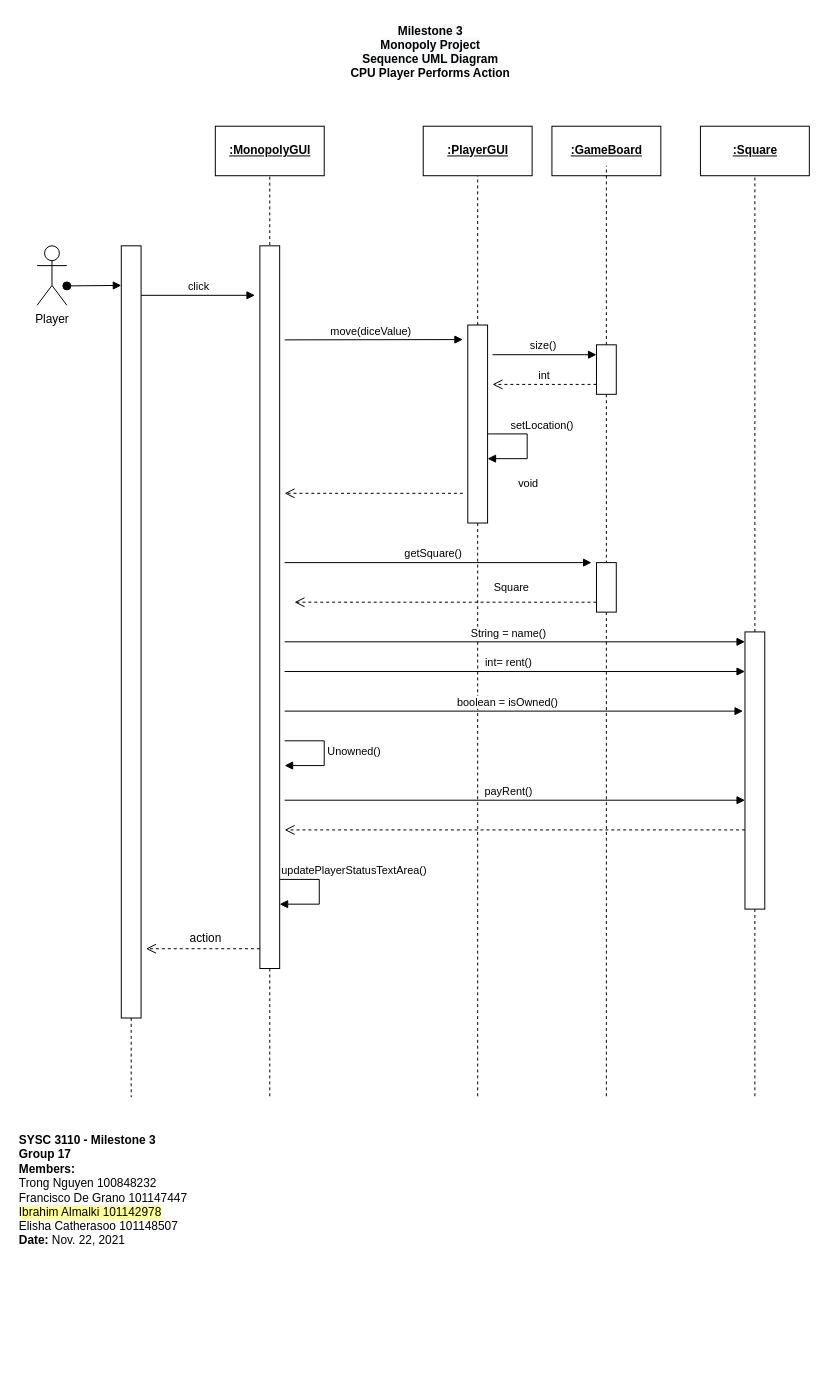
Above: page "SequenceUML_3" (4 of 5) of M3_ClassUML.drawio in trong0dn/monopoly (draw.io), before the change. Source tidied: cells renumbered, new cells numbered last; positions are measured from the earlier drawing's top-left corner, leaving out a move shared by most shapes. Both pictures are drawn from the tidied source at 99%, with x=0, y=0 at pixel (17, 17).
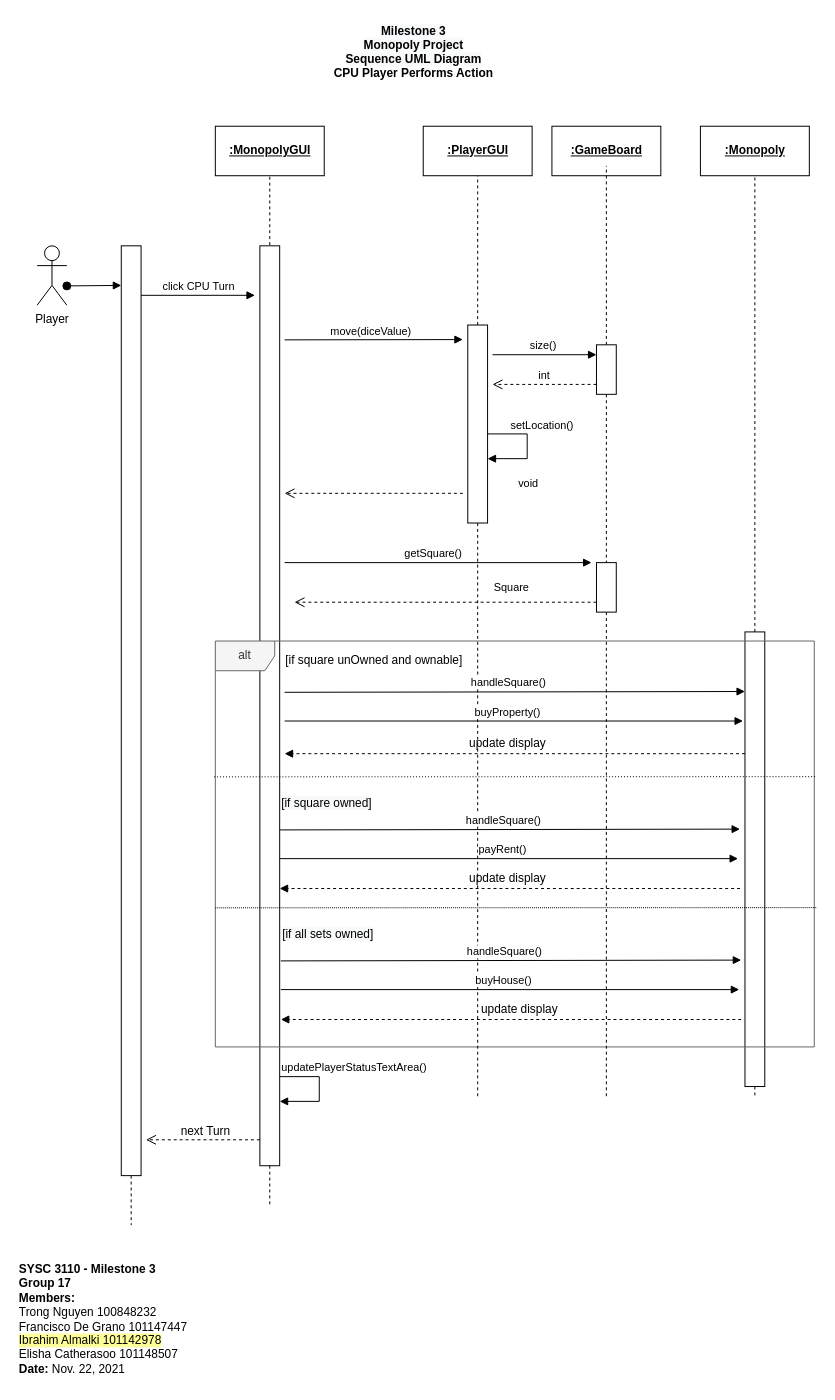
After the change.

Commit message:
M3_ClassUML.drawio eebro sequence diagram

Unchanged cells that the change refers to:
```xml
<mxCell id="6" value="&lt;b&gt;&lt;u&gt;:MonopolyGUI&lt;/u&gt;&lt;/b&gt;" style="html=1;align=center;" parent="1" vertex="1">
  <mxGeometry x="200" y="110" width="110" height="50" as="geometry" />
</mxCell>
<mxCell id="11" style="rounded=0;whiteSpace=wrap;html=1;align=left;" parent="1" vertex="1">
  <mxGeometry x="455" y="310.8" width="20" height="200" as="geometry" />
</mxCell>
<mxCell id="15" style="rounded=0;whiteSpace=wrap;html=1;align=left;" parent="1" vertex="1">
  <mxGeometry x="585" y="330.8" width="20" height="50" as="geometry" />
</mxCell>
<mxCell id="28" style="rounded=0;whiteSpace=wrap;html=1;align=left;" parent="1" vertex="1">
  <mxGeometry x="585" y="550.8" width="20" height="50" as="geometry" />
</mxCell>
```

The edit, as a diff of the source:
```diff
@@
+    <mxCell id="45" style="rounded=0;whiteSpace=wrap;html=1;align=left;" parent="1" vertex="1">
+      <mxGeometry x="735" y="620.8" width="20" height="459.2" as="geometry" />
+    </mxCell>
+    <mxCell id="46" style="rounded=0;whiteSpace=wrap;html=1;align=left;" parent="1" vertex="1">
+      <mxGeometry x="245" y="230.8" width="20" height="929.2" as="geometry" />
+    </mxCell>
+    <mxCell id="47" value="alt" style="shape=umlFrame;whiteSpace=wrap;html=1;fillColor=#f5f5f5;fontColor=#333333;strokeColor=#666666;" parent="1" vertex="1">
+      <mxGeometry x="200" y="630" width="605" height="410" as="geometry" />
+    </mxCell>
     <mxCell id="2" value="&lt;b&gt;SYSC 3110 - Milestone 3&lt;/b&gt;&lt;br&gt;&lt;b&gt;Group 17&lt;/b&gt;&lt;br&gt;&lt;b&gt;Members:&lt;/b&gt;&lt;br&gt;Trong Nguyen 100848232 &lt;br&gt;Francisco De Grano 101147447 &lt;br&gt;&lt;span style=&quot;background-color: rgb(255 , 255 , 153)&quot;&gt;Ibrahim Almalki 101142978 &lt;br&gt;&lt;/span&gt;Elisha Catherasoo 101148507&lt;br&gt;&lt;b&gt;Date: &lt;/b&gt;Nov. 22, 2021" style="text;html=1;strokeColor=none;fillColor=none;align=left;verticalAlign=middle;whiteSpace=wrap;rounded=0;" parent="1" vertex="1">
-      <mxGeometry y="1120" width="200" height="130" as="geometry" />
+      <mxGeometry y="1250" width="200" height="130" as="geometry" />
     </mxCell>
     <mxCell id="3" value="&lt;span style=&quot;text-indent: 0px ; background-color: rgb(248 , 249 , 250)&quot;&gt;&lt;b style=&quot;color: rgb(0 , 0 , 0) ; font-family: &amp;#34;helvetica&amp;#34; ; font-size: 12px ; font-style: normal ; letter-spacing: normal ; text-transform: none ; word-spacing: 0px&quot;&gt;Milestone 3&lt;/b&gt;&lt;br&gt;&lt;b style=&quot;color: rgb(0 , 0 , 0) ; font-family: &amp;#34;helvetica&amp;#34; ; font-size: 12px ; font-style: normal ; letter-spacing: normal ; text-transform: none ; word-spacing: 0px&quot;&gt;Monopoly Project&lt;/b&gt;&lt;br&gt;&lt;b style=&quot;color: rgb(0 , 0 , 0) ; font-family: &amp;#34;helvetica&amp;#34; ; font-size: 12px ; font-style: normal ; letter-spacing: normal ; text-transform: none ; word-spacing: 0px&quot;&gt;Sequence UML Diagram&lt;/b&gt;&lt;br&gt;&lt;div&gt;&lt;font face=&quot;helvetica&quot;&gt;&lt;b&gt;CPU Player Performs Action&lt;/b&gt;&lt;/font&gt;&lt;br&gt;&lt;/div&gt;&lt;/span&gt;" style="text;whiteSpace=wrap;html=1;align=center;" parent="1" vertex="1">
-      <mxGeometry x="330" width="175" height="70" as="geometry" />
+      <mxGeometry x="313" width="175" height="70" as="geometry" />
     </mxCell>
@@
-    <mxCell id="5" value="click" style="html=1;verticalAlign=bottom;endArrow=block;rounded=0;" parent="1" edge="1">
-      <mxGeometry relative="1" as="geometry">
-        <mxPoint x="125" y="280.8" as="sourcePoint" />
-        <mxPoint x="240" y="280.8" as="targetPoint" />
-      </mxGeometry>
-    </mxCell>
+    <mxCell id="48" value="click CPU Turn" style="html=1;verticalAlign=bottom;endArrow=block;rounded=0;" parent="1" edge="1">
+      <mxGeometry relative="1" as="geometry">
+        <mxPoint x="125" y="280.8" as="sourcePoint" />
+        <mxPoint x="240" y="280.8" as="targetPoint" />
+      </mxGeometry>
+    </mxCell>
@@
-    <mxCell id="7" style="endArrow=none;dashed=1;html=1;rounded=0;" parent="1" edge="1" target="6">
-      <mxGeometry relative="1" as="geometry">
-        <mxPoint x="255" y="230" as="sourcePoint" />
-      </mxGeometry>
-    </mxCell>
-    <mxCell id="8" style="rounded=0;whiteSpace=wrap;html=1;align=left;" parent="1" vertex="1">
-      <mxGeometry x="245" y="230.8" width="20" height="730" as="geometry" />
-    </mxCell>
+    <mxCell id="49" style="endArrow=none;dashed=1;html=1;rounded=0;" parent="1" edge="1" target="6">
+      <mxGeometry relative="1" as="geometry">
+        <mxPoint x="255" y="230" as="sourcePoint" />
+      </mxGeometry>
+    </mxCell>
@@
-    <mxCell id="14" style="endArrow=none;dashed=1;html=1;rounded=0;" parent="1" edge="1" source="15">
-      <mxGeometry relative="1" as="geometry">
-        <mxPoint x="595" y="150" as="targetPoint" />
-      </mxGeometry>
-    </mxCell>
+    <mxCell id="50" style="endArrow=none;dashed=1;html=1;rounded=0;" parent="1" edge="1" source="15">
+      <mxGeometry relative="1" as="geometry">
+        <mxPoint x="595" y="150" as="targetPoint" />
+      </mxGeometry>
+    </mxCell>
@@
-    <mxCell id="19" style="html=1;verticalAlign=bottom;endArrow=open;dashed=1;endSize=8;rounded=0;" parent="1" edge="1">
-      <mxGeometry relative="1" as="geometry">
-        <mxPoint x="450" y="480.8" as="sourcePoint" />
-        <mxPoint x="270" y="480.8" as="targetPoint" />
-      </mxGeometry>
-    </mxCell>
+    <mxCell id="51" style="html=1;verticalAlign=bottom;endArrow=open;dashed=1;endSize=8;rounded=0;" parent="1" edge="1">
+      <mxGeometry relative="1" as="geometry">
+        <mxPoint x="450" y="480.8" as="sourcePoint" />
+        <mxPoint x="270" y="480.8" as="targetPoint" />
+      </mxGeometry>
+    </mxCell>
-    <mxCell id="20" value="void" style="edgeLabel;html=1;align=center;verticalAlign=middle;" parent="19" vertex="1">
+    <mxCell id="20" value="void" style="edgeLabel;html=1;align=center;verticalAlign=middle;" parent="51" vertex="1">
       <mxGeometry x="-0.06" y="-3" relative="1" as="geometry">
         <mxPoint x="150" y="-7" as="offset" />
       </mxGeometry>
     </mxCell>
     <mxCell id="21" value="updatePlayerStatusTextArea()" style="html=1;verticalAlign=bottom;endArrow=block;rounded=0;" parent="1" edge="1">
       <mxGeometry x="-0.24" y="35" relative="1" as="geometry">
-        <mxPoint x="265" y="870.8" as="sourcePoint" />
-        <mxPoint x="265" y="895.8" as="targetPoint" />
+        <mxPoint x="265" y="1070" as="sourcePoint" />
+        <mxPoint x="265" y="1095" as="targetPoint" />
         <Array as="points">
-          <mxPoint x="305" y="870.8" />
-          <mxPoint x="305" y="895.8" />
+          <mxPoint x="305" y="1070" />
+          <mxPoint x="305" y="1095" />
         </Array>
       </mxGeometry>
     </mxCell>
-    <mxCell id="22" style="endArrow=none;dashed=1;html=1;rounded=0;" parent="1" edge="1" source="11">
-      <mxGeometry relative="1" as="geometry">
-        <mxPoint x="465" y="1090.8" as="targetPoint" />
-      </mxGeometry>
-    </mxCell>
-    <mxCell id="23" style="endArrow=none;dashed=1;html=1;rounded=0;" parent="1" edge="1" source="8">
-      <mxGeometry relative="1" as="geometry">
-        <mxPoint x="255" y="1090.8" as="targetPoint" />
-      </mxGeometry>
-    </mxCell>
-    <mxCell id="24" value="&lt;b&gt;&lt;u&gt;:Square&lt;/u&gt;&lt;/b&gt;" style="html=1;align=center;" parent="1" vertex="1">
-      <mxGeometry x="690" y="110" width="110" height="50" as="geometry" />
-    </mxCell>
-    <mxCell id="25" style="endArrow=none;dashed=1;html=1;rounded=0;" parent="1" edge="1" source="26" target="24">
-      <mxGeometry relative="1" as="geometry" />
-    </mxCell>
-    <mxCell id="26" style="rounded=0;whiteSpace=wrap;html=1;align=left;" parent="1" vertex="1">
-      <mxGeometry x="735" y="620.8" width="20" height="280" as="geometry" />
-    </mxCell>
-    <mxCell id="27" style="endArrow=none;dashed=1;html=1;rounded=0;" parent="1" edge="1" source="26">
-      <mxGeometry relative="1" as="geometry">
-        <mxPoint x="745" y="1090.8" as="targetPoint" />
-      </mxGeometry>
-    </mxCell>
+    <mxCell id="52" style="endArrow=none;dashed=1;html=1;rounded=0;" parent="1" edge="1" source="11">
+      <mxGeometry relative="1" as="geometry">
+        <mxPoint x="465" y="1090.8" as="targetPoint" />
+      </mxGeometry>
+    </mxCell>
+    <mxCell id="53" style="endArrow=none;dashed=1;html=1;rounded=0;" parent="1" edge="1" source="46">
+      <mxGeometry relative="1" as="geometry">
+        <mxPoint x="255" y="1200" as="targetPoint" />
+      </mxGeometry>
+    </mxCell>
+    <mxCell id="54" value="&lt;b&gt;&lt;u&gt;:Monopoly&lt;/u&gt;&lt;/b&gt;" style="html=1;align=center;" parent="1" vertex="1">
+      <mxGeometry x="690" y="110" width="110" height="50" as="geometry" />
+    </mxCell>
+    <mxCell id="55" style="endArrow=none;dashed=1;html=1;rounded=0;" parent="1" edge="1" source="45" target="54">
+      <mxGeometry relative="1" as="geometry" />
+    </mxCell>
+    <mxCell id="56" style="endArrow=none;dashed=1;html=1;rounded=0;" parent="1" edge="1" source="45">
+      <mxGeometry relative="1" as="geometry">
+        <mxPoint x="745" y="1090.8" as="targetPoint" />
+      </mxGeometry>
+    </mxCell>
@@
-    <mxCell id="30" style="endArrow=none;dashed=1;html=1;rounded=0;" parent="1" edge="1" source="28">
-      <mxGeometry relative="1" as="geometry">
-        <mxPoint x="595" y="1090.8" as="targetPoint" />
-      </mxGeometry>
-    </mxCell>
-    <mxCell id="31" style="html=1;verticalAlign=bottom;endArrow=open;dashed=1;endSize=8;rounded=0;" parent="1" edge="1">
-      <mxGeometry relative="1" as="geometry">
-        <mxPoint x="585" y="590.8" as="sourcePoint" />
-        <mxPoint x="280" y="590.8" as="targetPoint" />
-      </mxGeometry>
-    </mxCell>
+    <mxCell id="57" style="endArrow=none;dashed=1;html=1;rounded=0;" parent="1" edge="1" source="28">
+      <mxGeometry relative="1" as="geometry">
+        <mxPoint x="595" y="1090.8" as="targetPoint" />
+      </mxGeometry>
+    </mxCell>
+    <mxCell id="58" style="html=1;verticalAlign=bottom;endArrow=open;dashed=1;endSize=8;rounded=0;" parent="1" edge="1">
+      <mxGeometry relative="1" as="geometry">
+        <mxPoint x="585" y="590.8" as="sourcePoint" />
+        <mxPoint x="280" y="590.8" as="targetPoint" />
+      </mxGeometry>
+    </mxCell>
-    <mxCell id="32" value="Square" style="edgeLabel;html=1;align=center;verticalAlign=middle;" parent="31" vertex="1">
+    <mxCell id="32" value="Square" style="edgeLabel;html=1;align=center;verticalAlign=middle;" parent="58" vertex="1">
       <mxGeometry x="-0.06" y="-3" relative="1" as="geometry">
         <mxPoint x="56" y="-12" as="offset" />
       </mxGeometry>
     </mxCell>
-    <mxCell id="33" value="String = name()" style="html=1;verticalAlign=bottom;endArrow=block;rounded=0;" parent="1" edge="1">
-      <mxGeometry x="-0.03" relative="1" as="geometry">
-        <mxPoint x="270" y="630.8" as="sourcePoint" />
-        <mxPoint x="735" y="630.8" as="targetPoint" />
-      </mxGeometry>
-    </mxCell>
-    <mxCell id="34" value="int= rent()" style="html=1;verticalAlign=bottom;endArrow=block;rounded=0;" parent="1" edge="1">
-      <mxGeometry x="-0.03" relative="1" as="geometry">
-        <mxPoint x="270" y="660.8" as="sourcePoint" />
-        <mxPoint x="735" y="660.8" as="targetPoint" />
-      </mxGeometry>
-    </mxCell>
-    <mxCell id="35" value="boolean = isOwned()" style="html=1;verticalAlign=bottom;endArrow=block;rounded=0;" parent="1" edge="1">
-      <mxGeometry x="-0.03" relative="1" as="geometry">
-        <mxPoint x="270" y="700.8" as="sourcePoint" />
-        <mxPoint x="733" y="700.8" as="targetPoint" />
-      </mxGeometry>
-    </mxCell>
-    <mxCell id="36" style="rounded=0;whiteSpace=wrap;html=1;align=left;" parent="1" vertex="1">
-      <mxGeometry x="105" y="230.8" width="20" height="780" as="geometry" />
-    </mxCell>
-    <mxCell id="37" style="endArrow=none;dashed=1;html=1;rounded=0;" parent="1" edge="1" source="36">
-      <mxGeometry relative="1" as="geometry">
-        <mxPoint x="115" y="1090.8" as="targetPoint" />
-      </mxGeometry>
-    </mxCell>
+    <mxCell id="59" value="handleSquare()" style="html=1;verticalAlign=bottom;endArrow=block;rounded=0;" parent="1" edge="1">
+      <mxGeometry x="-0.03" relative="1" as="geometry">
+        <mxPoint x="270" y="681.8" as="sourcePoint" />
+        <mxPoint x="735" y="681" as="targetPoint" />
+      </mxGeometry>
+    </mxCell>
+    <mxCell id="60" style="html=1;verticalAlign=bottom;endArrow=block;rounded=0;dashed=1;" parent="1" edge="1">
+      <mxGeometry x="-0.03" relative="1" as="geometry">
+        <mxPoint x="735" y="743.8" as="sourcePoint" />
+        <mxPoint x="270" y="743.8" as="targetPoint" />
+      </mxGeometry>
+    </mxCell>
+    <mxCell id="61" value="buyProperty()" style="html=1;verticalAlign=bottom;endArrow=block;rounded=0;" parent="1" edge="1">
+      <mxGeometry x="-0.03" relative="1" as="geometry">
+        <mxPoint x="270" y="710.8" as="sourcePoint" />
+        <mxPoint x="733" y="710.8" as="targetPoint" />
+      </mxGeometry>
+    </mxCell>
+    <mxCell id="62" style="rounded=0;whiteSpace=wrap;html=1;align=left;" parent="1" vertex="1">
+      <mxGeometry x="105" y="230.8" width="20" height="939.2" as="geometry" />
+    </mxCell>
+    <mxCell id="63" style="endArrow=none;dashed=1;html=1;rounded=0;" parent="1" edge="1" source="62">
+      <mxGeometry relative="1" as="geometry">
+        <mxPoint x="115" y="1220" as="targetPoint" />
+      </mxGeometry>
+    </mxCell>
@@
-    <mxCell id="39" style="html=1;verticalAlign=bottom;endArrow=open;dashed=1;endSize=8;rounded=0;" parent="1" edge="1">
-      <mxGeometry relative="1" as="geometry">
-        <mxPoint x="245" y="940.8" as="sourcePoint" />
-        <mxPoint x="130" y="940.8" as="targetPoint" />
-      </mxGeometry>
-    </mxCell>
-    <mxCell id="40" value="action" style="text;html=1;align=center;verticalAlign=middle;strokeColor=none;fillColor=none;" parent="1" vertex="1">
-      <mxGeometry x="165" y="920.8" width="50" height="20" as="geometry" />
-    </mxCell>
+    <mxCell id="64" style="html=1;verticalAlign=bottom;endArrow=open;dashed=1;endSize=8;rounded=0;" parent="1" edge="1">
+      <mxGeometry relative="1" as="geometry">
+        <mxPoint x="245" y="1133.8" as="sourcePoint" />
+        <mxPoint x="130" y="1133.8" as="targetPoint" />
+      </mxGeometry>
+    </mxCell>
+    <mxCell id="65" value="next Turn" style="text;html=1;align=center;verticalAlign=middle;strokeColor=none;fillColor=none;" parent="1" vertex="1">
+      <mxGeometry x="155" y="1115.3" width="70" height="20" as="geometry" />
+    </mxCell>
+    <mxCell id="66" style="html=1;verticalAlign=bottom;startArrow=oval;startFill=1;endArrow=block;startSize=8;rounded=0;" parent="1" edge="1">
+      <mxGeometry relative="1" as="geometry">
+        <mxPoint x="50" y="271.3" as="sourcePoint" />
+        <mxPoint x="105" y="270.8" as="targetPoint" />
+      </mxGeometry>
+    </mxCell>
+    <mxCell id="67" style="endArrow=none;html=1;rounded=0;exitX=-0.002;exitY=0.556;exitDx=0;exitDy=0;exitPerimeter=0;entryX=1.002;entryY=0.555;entryDx=0;entryDy=0;entryPerimeter=0;dashed=1;dashPattern=1 2;" parent="1" edge="1">
+      <mxGeometry relative="1" as="geometry">
+        <mxPoint x="198.8" y="767.2" as="sourcePoint" />
+        <mxPoint x="806.2" y="767" as="targetPoint" />
+      </mxGeometry>
+    </mxCell>
+    <mxCell id="68" value="[if square unOwned and ownable]" style="text;html=1;align=center;verticalAlign=middle;strokeColor=none;fillColor=none;" parent="1" vertex="1">
+      <mxGeometry x="265" y="640" width="190" height="20" as="geometry" />
+    </mxCell>
+    <mxCell id="69" value="update display" style="text;html=1;align=center;verticalAlign=middle;strokeColor=none;fillColor=none;" parent="1" vertex="1">
+      <mxGeometry x="450" y="724" width="90" height="20" as="geometry" />
+    </mxCell>
+    <mxCell id="70" value="&lt;span style=&quot;color: rgb(0 , 0 , 0) ; font-family: &amp;#34;helvetica&amp;#34; ; font-size: 12px ; font-style: normal ; font-weight: 400 ; letter-spacing: normal ; text-align: center ; text-indent: 0px ; text-transform: none ; word-spacing: 0px ; background-color: rgb(248 , 249 , 250) ; display: inline ; float: none&quot;&gt;[if square owned]&lt;/span&gt;" style="text;whiteSpace=wrap;html=1;" parent="1" vertex="1">
+      <mxGeometry x="265" y="780" width="200" height="30" as="geometry" />
+    </mxCell>
+    <mxCell id="71" value="handleSquare()" style="html=1;verticalAlign=bottom;endArrow=block;rounded=0;" parent="1" edge="1">
+      <mxGeometry x="-0.03" relative="1" as="geometry">
+        <mxPoint x="265" y="820.8" as="sourcePoint" />
+        <mxPoint x="730" y="820" as="targetPoint" />
+      </mxGeometry>
+    </mxCell>
+    <mxCell id="72" style="html=1;verticalAlign=bottom;endArrow=block;rounded=0;dashed=1;" parent="1" edge="1">
+      <mxGeometry x="-0.03" relative="1" as="geometry">
+        <mxPoint x="730" y="880" as="sourcePoint" />
+        <mxPoint x="265" y="880" as="targetPoint" />
+      </mxGeometry>
+    </mxCell>
     <mxCell id="41" value="payRent()" style="html=1;verticalAlign=bottom;endArrow=block;rounded=0;" parent="1" edge="1">
       <mxGeometry x="-0.03" relative="1" as="geometry">
-        <mxPoint x="270" y="790.8" as="sourcePoint" />
-        <mxPoint x="735" y="790.8" as="targetPoint" />
+        <mxPoint x="265" y="849.8" as="sourcePoint" />
+        <mxPoint x="728" y="849.8" as="targetPoint" />
       </mxGeometry>
     </mxCell>
-    <mxCell id="42" style="html=1;verticalAlign=bottom;endArrow=open;dashed=1;endSize=8;rounded=0;" parent="1" edge="1">
-      <mxGeometry relative="1" as="geometry">
-        <mxPoint x="735" y="820.8" as="sourcePoint" />
-        <mxPoint x="270" y="820.8" as="targetPoint" />
-      </mxGeometry>
-    </mxCell>
-    <mxCell id="43" value="Unowned()" style="html=1;verticalAlign=bottom;endArrow=block;rounded=0;" parent="1" edge="1">
-      <mxGeometry x="0.14" y="30" relative="1" as="geometry">
-        <mxPoint x="270" y="730.8" as="sourcePoint" />
-        <mxPoint x="270" y="755.8" as="targetPoint" />
-        <Array as="points">
-          <mxPoint x="310" y="730.8" />
-          <mxPoint x="310" y="755.8" />
-        </Array>
-      </mxGeometry>
-    </mxCell>
-    <mxCell id="44" style="html=1;verticalAlign=bottom;startArrow=oval;startFill=1;endArrow=block;startSize=8;rounded=0;" parent="1" edge="1">
-      <mxGeometry relative="1" as="geometry">
-        <mxPoint x="50" y="271.3" as="sourcePoint" />
-        <mxPoint x="105" y="270.8" as="targetPoint" />
-      </mxGeometry>
-    </mxCell>
+    <mxCell id="73" value="update display" style="text;html=1;align=center;verticalAlign=middle;strokeColor=none;fillColor=none;" parent="1" vertex="1">
+      <mxGeometry x="450" y="860" width="90" height="20" as="geometry" />
+    </mxCell>
+    <mxCell id="74" style="endArrow=none;html=1;rounded=0;exitX=-0.002;exitY=0.556;exitDx=0;exitDy=0;exitPerimeter=0;entryX=1.002;entryY=0.555;entryDx=0;entryDy=0;entryPerimeter=0;dashed=1;dashPattern=1 1;" parent="1" edge="1">
+      <mxGeometry relative="1" as="geometry">
+        <mxPoint x="200" y="899.5" as="sourcePoint" />
+        <mxPoint x="807.4" y="899.3" as="targetPoint" />
+      </mxGeometry>
+    </mxCell>
+    <mxCell id="75" value="&lt;span style=&quot;color: rgb(0 , 0 , 0) ; font-family: &amp;#34;helvetica&amp;#34; ; font-size: 12px ; font-style: normal ; font-weight: 400 ; letter-spacing: normal ; text-align: center ; text-indent: 0px ; text-transform: none ; word-spacing: 0px ; background-color: rgb(248 , 249 , 250) ; display: inline ; float: none&quot;&gt;[if all sets owned]&lt;/span&gt;" style="text;whiteSpace=wrap;html=1;" parent="1" vertex="1">
+      <mxGeometry x="266.2" y="912.3" width="128.8" height="30" as="geometry" />
+    </mxCell>
+    <mxCell id="76" value="handleSquare()" style="html=1;verticalAlign=bottom;endArrow=block;rounded=0;" parent="1" edge="1">
+      <mxGeometry x="-0.03" relative="1" as="geometry">
+        <mxPoint x="266.2" y="953.1" as="sourcePoint" />
+        <mxPoint x="731.2" y="952.3" as="targetPoint" />
+      </mxGeometry>
+    </mxCell>
+    <mxCell id="77" style="html=1;verticalAlign=bottom;endArrow=block;rounded=0;dashed=1;" parent="1" edge="1">
+      <mxGeometry x="-0.03" relative="1" as="geometry">
+        <mxPoint x="731.2" y="1012.3" as="sourcePoint" />
+        <mxPoint x="266.2" y="1012.3" as="targetPoint" />
+      </mxGeometry>
+    </mxCell>
+    <mxCell id="78" value="buyHouse()" style="html=1;verticalAlign=bottom;endArrow=block;rounded=0;" parent="1" edge="1">
+      <mxGeometry x="-0.03" relative="1" as="geometry">
+        <mxPoint x="266.2" y="982.1" as="sourcePoint" />
+        <mxPoint x="729.2" y="982.1" as="targetPoint" />
+      </mxGeometry>
+    </mxCell>
+    <mxCell id="79" value="update display" style="text;html=1;align=center;verticalAlign=middle;strokeColor=none;fillColor=none;" parent="1" vertex="1">
+      <mxGeometry x="462.2" y="992.3" width="90" height="20" as="geometry" />
+    </mxCell>
```
